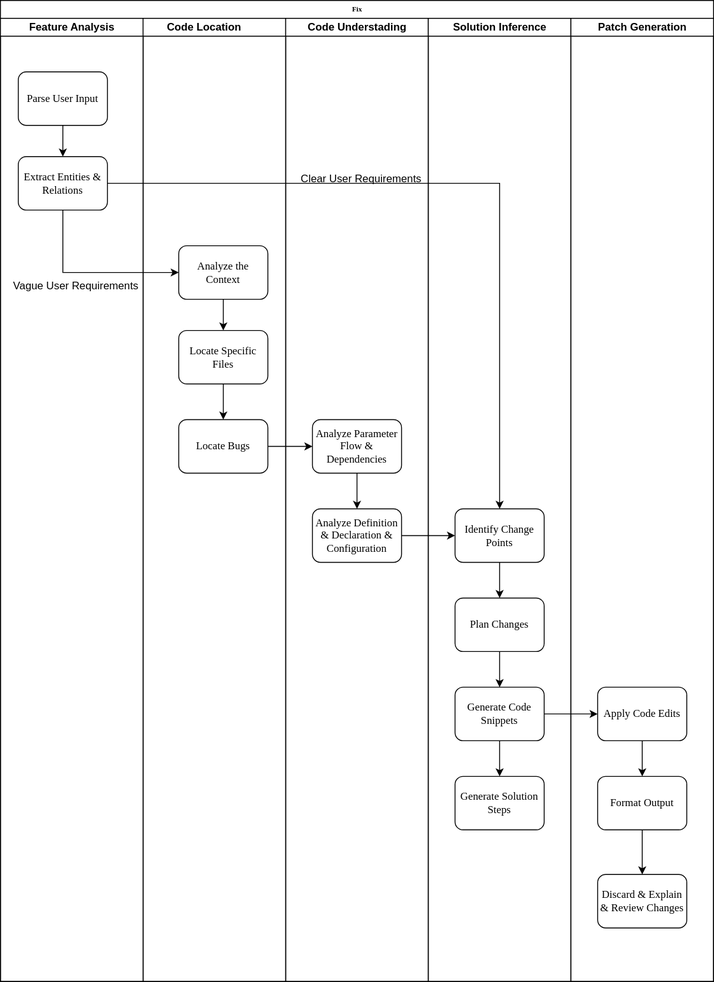
The draw.io diagram fix.svg in BullFrogDianDian/SoftEngineer, before a commit. Source tidied: cells renumbered, new cells last; positions are measured from the earlier drawing's top-left corner, leaving out a move shared by most shapes.
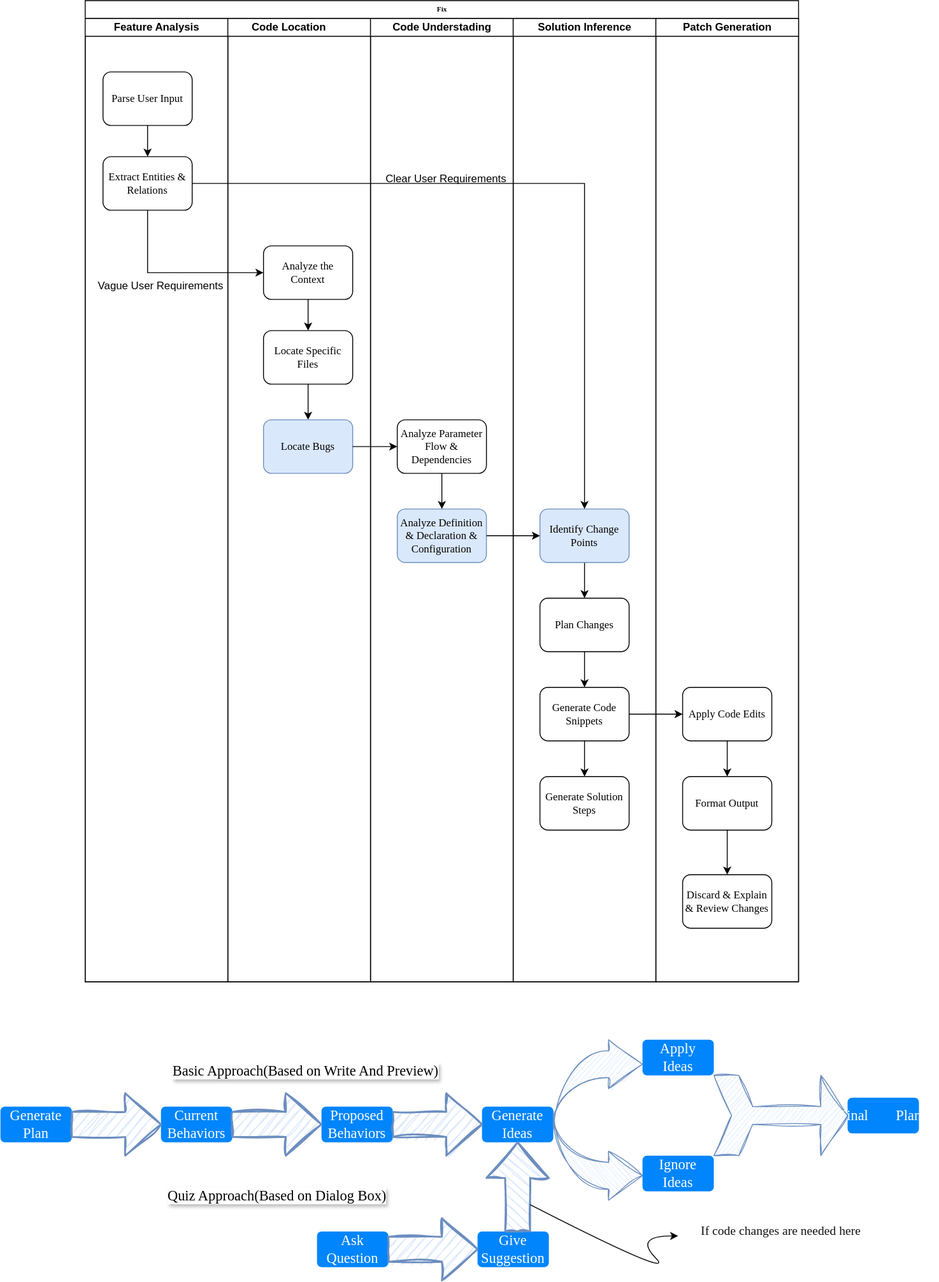
The same diagram one commit later.

Diff of the diagram source:
```diff
@@ -29,7 +29,7 @@
     <mxCell id="10" value="&lt;font style=&quot;font-size: 12px;&quot;&gt;Locate Specific Files&lt;/font&gt;" style="rounded=1;whiteSpace=wrap;html=1;shadow=0;labelBackgroundColor=none;strokeWidth=1;fontFamily=Verdana;fontSize=8;align=center;" parent="8" vertex="1">
       <mxGeometry x="40" y="350" width="100" height="60" as="geometry" />
     </mxCell>
-    <mxCell id="11" value="&lt;font style=&quot;font-size: 12px;&quot;&gt;Locate Bugs&lt;/font&gt;" style="rounded=1;whiteSpace=wrap;html=1;shadow=0;labelBackgroundColor=none;strokeWidth=1;fontFamily=Verdana;fontSize=8;align=center;" parent="8" vertex="1">
+    <mxCell id="11" value="&lt;font style=&quot;font-size: 12px;&quot;&gt;Locate Bugs&lt;/font&gt;" style="rounded=1;whiteSpace=wrap;html=1;shadow=0;labelBackgroundColor=none;strokeWidth=1;fontFamily=Verdana;fontSize=8;align=center;fillColor=#dae8fc;strokeColor=#6c8ebf;" parent="8" vertex="1">
       <mxGeometry x="40" y="450" width="100" height="60" as="geometry" />
     </mxCell>
     <mxCell id="12" style="edgeStyle=orthogonalEdgeStyle;rounded=0;jettySize=auto;html=1;" parent="8" edge="1" source="13" target="10">
@@ -47,7 +47,7 @@
     <mxCell id="16" value="&lt;font style=&quot;font-size: 12px;&quot;&gt;Analyze Parameter Flow &amp;amp; Dependencies&lt;/font&gt;" style="rounded=1;whiteSpace=wrap;html=1;shadow=0;labelBackgroundColor=none;strokeWidth=1;fontFamily=Verdana;fontSize=8;align=center;" parent="14" vertex="1">
       <mxGeometry x="30" y="450" width="100" height="60" as="geometry" />
     </mxCell>
-    <mxCell id="17" value="&lt;font style=&quot;font-size: 12px;&quot;&gt;Analyze Definition &amp;amp; Declaration &amp;amp; Configuration&lt;/font&gt;" style="rounded=1;whiteSpace=wrap;html=1;shadow=0;labelBackgroundColor=none;strokeWidth=1;fontFamily=Verdana;fontSize=8;align=center;" parent="14" vertex="1">
+    <mxCell id="17" value="&lt;font style=&quot;font-size: 12px;&quot;&gt;Analyze Definition &amp;amp; Declaration &amp;amp; Configuration&lt;/font&gt;" style="rounded=1;whiteSpace=wrap;html=1;shadow=0;labelBackgroundColor=none;strokeWidth=1;fontFamily=Verdana;fontSize=8;align=center;fillColor=#dae8fc;strokeColor=#6c8ebf;" parent="14" vertex="1">
       <mxGeometry x="30" y="550" width="100" height="60" as="geometry" />
     </mxCell>
     <mxCell id="18" value="Clear User Requirements" style="text;html=1;align=center;verticalAlign=middle;whiteSpace=wrap;rounded=0;" parent="14" vertex="1">
@@ -59,7 +59,7 @@
     <mxCell id="20" style="edgeStyle=orthogonalEdgeStyle;rounded=0;jettySize=auto;html=1;" parent="19" edge="1" source="21" target="23">
       <mxGeometry relative="1" as="geometry" />
     </mxCell>
-    <mxCell id="21" value="&lt;font style=&quot;font-size: 12px;&quot;&gt;Identify Change Points&lt;/font&gt;" style="rounded=1;whiteSpace=wrap;html=1;shadow=0;labelBackgroundColor=none;strokeWidth=1;fontFamily=Verdana;fontSize=8;align=center;" parent="19" vertex="1">
+    <mxCell id="21" value="&lt;font style=&quot;font-size: 12px;&quot;&gt;Identify Change Points&lt;/font&gt;" style="rounded=1;whiteSpace=wrap;html=1;shadow=0;labelBackgroundColor=none;strokeWidth=1;fontFamily=Verdana;fontSize=8;align=center;fillColor=#dae8fc;strokeColor=#6c8ebf;" parent="19" vertex="1">
       <mxGeometry x="30" y="550" width="100" height="60" as="geometry" />
     </mxCell>
     <mxCell id="22" style="edgeStyle=orthogonalEdgeStyle;rounded=0;jettySize=auto;html=1;" parent="19" edge="1" source="23" target="25">
@@ -118,5 +118,74 @@
         </Array>
       </mxGeometry>
     </mxCell>
+    <mxCell id="38" value="&lt;font face=&quot;Comic Sans MS&quot;&gt;Proposed Behaviors&lt;/font&gt;" style="html=1;shadow=0;dashed=0;shape=mxgraph.bootstrap.rrect;rSize=5;strokeColor=none;strokeWidth=1;fillColor=#0085FC;fontColor=#FFFFFF;whiteSpace=wrap;align=center;verticalAlign=middle;spacingLeft=0;fontStyle=0;fontSize=16;spacing=5;" parent="1" vertex="1">
+      <mxGeometry x="265" y="1240" width="80" height="40" as="geometry" />
+    </mxCell>
+    <mxCell id="39" value="&lt;font face=&quot;Comic Sans MS&quot;&gt;Current Behaviors&lt;/font&gt;" style="html=1;shadow=0;dashed=0;shape=mxgraph.bootstrap.rrect;rSize=5;strokeColor=none;strokeWidth=1;fillColor=#0085FC;fontColor=#FFFFFF;whiteSpace=wrap;align=center;verticalAlign=middle;spacingLeft=0;fontStyle=0;fontSize=16;spacing=5;" parent="1" vertex="1">
+      <mxGeometry x="85" y="1240" width="80" height="40" as="geometry" />
+    </mxCell>
+    <mxCell id="40" value="&lt;font face=&quot;Comic Sans MS&quot;&gt;Apply Ideas&lt;/font&gt;" style="html=1;shadow=0;dashed=0;shape=mxgraph.bootstrap.rrect;rSize=5;strokeColor=none;strokeWidth=1;fillColor=#0085FC;fontColor=#FFFFFF;whiteSpace=wrap;align=center;verticalAlign=middle;spacingLeft=0;fontStyle=0;fontSize=16;spacing=5;" parent="1" vertex="1">
+      <mxGeometry x="625" y="1165" width="80" height="40" as="geometry" />
+    </mxCell>
+    <mxCell id="41" value="&lt;font face=&quot;Comic Sans MS&quot;&gt;Generate Ideas&lt;/font&gt;" style="html=1;shadow=0;dashed=0;shape=mxgraph.bootstrap.rrect;rSize=5;strokeColor=none;strokeWidth=1;fillColor=#0085FC;fontColor=#FFFFFF;whiteSpace=wrap;align=center;verticalAlign=middle;spacingLeft=0;fontStyle=0;fontSize=16;spacing=5;" parent="1" vertex="1">
+      <mxGeometry x="445" y="1240" width="80" height="40" as="geometry" />
+    </mxCell>
+    <mxCell id="42" style="html=1;shadow=0;dashed=0;align=center;verticalAlign=middle;shape=mxgraph.arrows2.jumpInArrow;dy=15;dx=38;arrowHead=55;fillColor=#dae8fc;strokeColor=#6c8ebf;sketch=1;curveFitting=1;jiggle=2;" parent="1" vertex="1">
+      <mxGeometry x="525" y="1165" width="100" height="100" as="geometry" />
+    </mxCell>
+    <mxCell id="43" style="verticalLabelPosition=bottom;verticalAlign=top;html=1;strokeWidth=2;shape=mxgraph.arrows2.arrow;dy=0.6;dx=40;notch=0;fillColor=#dae8fc;strokeColor=#6c8ebf;sketch=1;curveFitting=1;jiggle=2;" parent="1" vertex="1">
+      <mxGeometry x="165" y="1225" width="100" height="70" as="geometry" />
+    </mxCell>
+    <mxCell id="44" style="verticalLabelPosition=bottom;verticalAlign=top;html=1;strokeWidth=2;shape=mxgraph.arrows2.arrow;dy=0.6;dx=40;notch=0;fillColor=#dae8fc;strokeColor=#6c8ebf;sketch=1;curveFitting=1;jiggle=2;" parent="1" vertex="1">
+      <mxGeometry x="345" y="1225" width="100" height="70" as="geometry" />
+    </mxCell>
+    <mxCell id="45" style="html=1;shadow=0;dashed=0;align=center;verticalAlign=middle;shape=mxgraph.arrows2.jumpInArrow;dy=15;dx=38;arrowHead=55;fillColor=#dae8fc;strokeColor=#6c8ebf;sketch=1;curveFitting=1;jiggle=2;direction=west;flipH=1;" parent="1" vertex="1">
+      <mxGeometry x="525" y="1245" width="100" height="100" as="geometry" />
+    </mxCell>
+    <mxCell id="46" value="&lt;font face=&quot;Comic Sans MS&quot;&gt;Ignore Ideas&lt;/font&gt;" style="html=1;shadow=0;dashed=0;shape=mxgraph.bootstrap.rrect;rSize=5;strokeColor=none;strokeWidth=1;fillColor=#0085FC;fontColor=#FFFFFF;whiteSpace=wrap;align=center;verticalAlign=middle;spacingLeft=0;fontStyle=0;fontSize=16;spacing=5;" parent="1" vertex="1">
+      <mxGeometry x="625" y="1295" width="80" height="40" as="geometry" />
+    </mxCell>
+    <mxCell id="47" style="html=1;shadow=0;dashed=0;align=center;verticalAlign=middle;shape=mxgraph.arrows2.tailedNotchedArrow;dy1=10;dx1=30;notch=20;arrowHead=35;dx2=28;dy2=45;sketch=1;curveFitting=1;jiggle=2;fillColor=#dae8fc;strokeColor=#6c8ebf;" parent="1" vertex="1">
+      <mxGeometry x="705" y="1205" width="150" height="90" as="geometry" />
+    </mxCell>
+    <mxCell id="48" value="&lt;font face=&quot;Comic Sans MS&quot;&gt;Final&lt;span style=&quot;white-space: pre;&quot;&gt;&#9;&lt;/span&gt;Plans&lt;/font&gt;" style="html=1;shadow=0;dashed=0;shape=mxgraph.bootstrap.rrect;rSize=5;strokeColor=none;strokeWidth=1;fillColor=#0085FC;fontColor=#FFFFFF;whiteSpace=wrap;align=center;verticalAlign=middle;spacingLeft=0;fontStyle=0;fontSize=16;spacing=5;" parent="1" vertex="1">
+      <mxGeometry x="855" y="1230" width="80" height="40" as="geometry" />
+    </mxCell>
+    <mxCell id="49" value="&lt;font face=&quot;Comic Sans MS&quot;&gt;Ask Question&lt;/font&gt;" style="html=1;shadow=0;dashed=0;shape=mxgraph.bootstrap.rrect;rSize=5;strokeColor=none;strokeWidth=1;fillColor=#0085FC;fontColor=#FFFFFF;whiteSpace=wrap;align=center;verticalAlign=middle;spacingLeft=0;fontStyle=0;fontSize=16;spacing=5;" parent="1" vertex="1">
+      <mxGeometry x="260" y="1380" width="80" height="40" as="geometry" />
+    </mxCell>
+    <mxCell id="50" value="&lt;font face=&quot;Comic Sans MS&quot;&gt;Give Suggestion&lt;/font&gt;" style="html=1;shadow=0;dashed=0;shape=mxgraph.bootstrap.rrect;rSize=5;strokeColor=none;strokeWidth=1;fillColor=#0085FC;fontColor=#FFFFFF;whiteSpace=wrap;align=center;verticalAlign=middle;spacingLeft=0;fontStyle=0;fontSize=16;spacing=5;" parent="1" vertex="1">
+      <mxGeometry x="440" y="1380" width="80" height="40" as="geometry" />
+    </mxCell>
+    <mxCell id="51" style="verticalLabelPosition=bottom;verticalAlign=top;html=1;strokeWidth=2;shape=mxgraph.arrows2.arrow;dy=0.6;dx=40;notch=0;fillColor=#dae8fc;strokeColor=#6c8ebf;sketch=1;curveFitting=1;jiggle=2;" parent="1" vertex="1">
+      <mxGeometry x="340" y="1365" width="100" height="70" as="geometry" />
+    </mxCell>
+    <mxCell id="52" style="verticalLabelPosition=bottom;verticalAlign=top;html=1;strokeWidth=2;shape=mxgraph.arrows2.arrow;dy=0.6;dx=40;notch=0;fillColor=#dae8fc;strokeColor=#6c8ebf;sketch=1;curveFitting=1;jiggle=2;direction=north;" parent="1" vertex="1">
+      <mxGeometry x="450" y="1280" width="70" height="100" as="geometry" />
+    </mxCell>
+    <mxCell id="53" value="&lt;font style=&quot;font-size: 16px;&quot;&gt;Basic Approach(Based on Write And Preview)&lt;/font&gt;" style="text;html=1;align=center;verticalAlign=middle;whiteSpace=wrap;rounded=0;fontFamily=Comic Sans MS;labelBackgroundColor=default;textShadow=1;labelBorderColor=none;" parent="1" vertex="1">
+      <mxGeometry x="70" y="1185" width="355" height="30" as="geometry" />
+    </mxCell>
+    <mxCell id="54" style="curved=1;endArrow=classic;html=1;rounded=0;exitX=0;exitY=0;exitDx=30;exitDy=49;exitPerimeter=0;" parent="1" edge="1" source="52">
+      <mxGeometry relative="1" as="geometry">
+        <mxPoint x="665" y="1385" as="targetPoint" />
+        <Array as="points">
+          <mxPoint x="665" y="1435" />
+          <mxPoint x="615" y="1385" />
+        </Array>
+      </mxGeometry>
+    </mxCell>
+    <mxCell id="55" value="&lt;span style=&quot;caret-color: rgb(16, 18, 20); color: rgb(16, 18, 20); font-size: 14px; text-align: start; white-space-collapse: preserve;&quot;&gt;&lt;font face=&quot;Comic Sans MS&quot;&gt;If code changes are needed here&lt;/font&gt;&lt;/span&gt;" style="text;html=1;align=center;verticalAlign=middle;whiteSpace=wrap;rounded=0;fontFamily=Comic Sans MS;labelBackgroundColor=default;textShadow=0;labelBorderColor=none;" parent="1" vertex="1">
+      <mxGeometry x="602.5" y="1365" width="355" height="30" as="geometry" />
+    </mxCell>
+    <mxCell id="56" value="&lt;font face=&quot;Comic Sans MS&quot;&gt;Generate Plan&lt;/font&gt;" style="html=1;shadow=0;dashed=0;shape=mxgraph.bootstrap.rrect;rSize=5;strokeColor=none;strokeWidth=1;fillColor=#0085FC;fontColor=#FFFFFF;whiteSpace=wrap;align=center;verticalAlign=middle;spacingLeft=0;fontStyle=0;fontSize=16;spacing=5;" parent="1" vertex="1">
+      <mxGeometry x="-95" y="1240" width="80" height="40" as="geometry" />
+    </mxCell>
+    <mxCell id="57" style="verticalLabelPosition=bottom;verticalAlign=top;html=1;strokeWidth=2;shape=mxgraph.arrows2.arrow;dy=0.6;dx=40;notch=0;fillColor=#dae8fc;strokeColor=#6c8ebf;sketch=1;curveFitting=1;jiggle=2;" parent="1" vertex="1">
+      <mxGeometry x="-15" y="1225" width="100" height="70" as="geometry" />
+    </mxCell>
+    <mxCell id="58" value="&lt;font style=&quot;font-size: 16px;&quot;&gt;Quiz Approach(Based on Dialog Box)&lt;/font&gt;" style="text;html=1;align=center;verticalAlign=middle;whiteSpace=wrap;rounded=0;fontFamily=Comic Sans MS;labelBackgroundColor=default;textShadow=1;labelBorderColor=none;" parent="1" vertex="1">
+      <mxGeometry x="37.5" y="1325" width="355" height="30" as="geometry" />
+    </mxCell>
   </root>
 </mxGraphModel>
```
